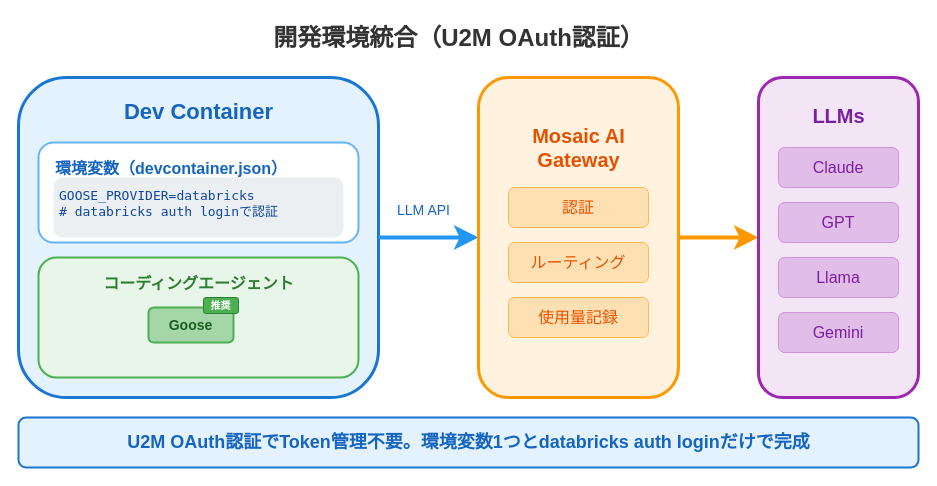
i9wa4/i9wa4.github.io keeps this draw.io diagram as assets/2026-01-27-jedai-ai-gateway/dev-environment.drawio. Above is the earlier version. Source tidied: cells renumbered, new cells numbered last; positions are measured from the earlier drawing's top-left corner, leaving out a move shared by most shapes. Both pictures are drawn from the tidied source at 100%, with x=0, y=0 at pixel (18, 17).
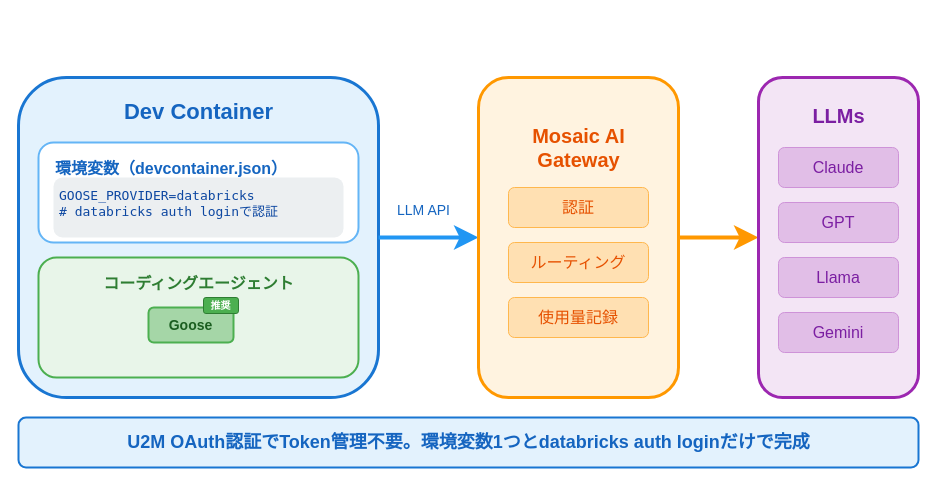
The same diagram, later.

Diff of the diagram source:
```diff
@@
-    <mxCell id="2" value="開発環境統合（U2M OAuth認証）" style="text;html=1;fontSize=24;fontFamily=Noto Sans JP;fontStyle=1;fontColor=#333333;align=center;" parent="1" vertex="1">
-      <mxGeometry x="190" width="500" height="40" as="geometry" />
-    </mxCell>
```
